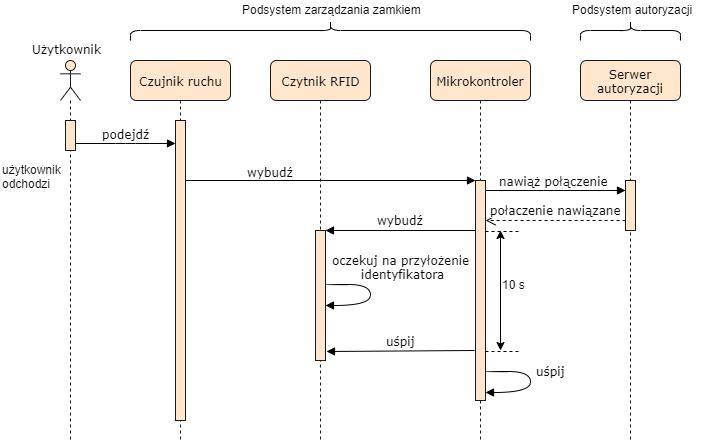
This is docs/chapters/images/sequence2.png from adapiekarska/centralized-lock-system, a draw.io export, as it was before one commit. Source tidied: cells renumbered, new cells last; positions are measured from the earlier drawing's top-left corner, leaving out a move shared by most shapes.
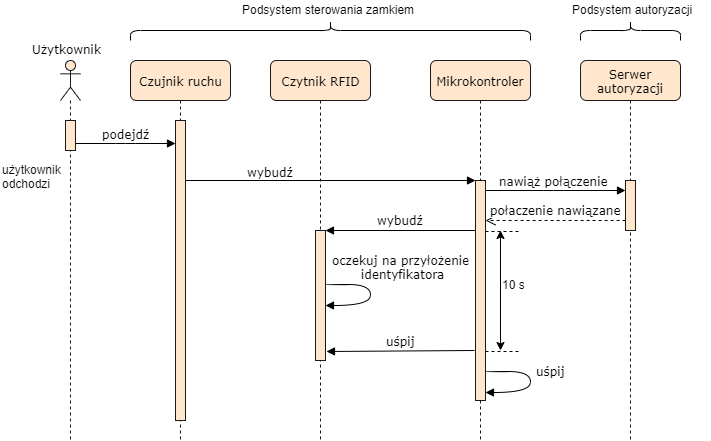
After the change.

Change to the diagram source:
```diff
@@ -104,7 +104,7 @@
     <mxCell id="25" style="shape=curlyBracket;whiteSpace=wrap;html=1;rounded=1;direction=south;" parent="1" vertex="1">
       <mxGeometry x="130" y="20" width="400" height="20" as="geometry" />
     </mxCell>
-    <mxCell id="26" value="Podsystem zarządzania zamkiem" style="text;html=1;align=left;verticalAlign=top;spacingTop=-4;" parent="1" vertex="1">
+    <mxCell id="26" value="Podsystem sterowania zamkiem" style="text;html=1;align=left;verticalAlign=top;spacingTop=-4;" parent="1" vertex="1">
       <mxGeometry x="240" width="190" height="20" as="geometry" />
     </mxCell>
     <mxCell id="27" style="shape=curlyBracket;whiteSpace=wrap;html=1;rounded=1;direction=south;" parent="1" vertex="1">
```
